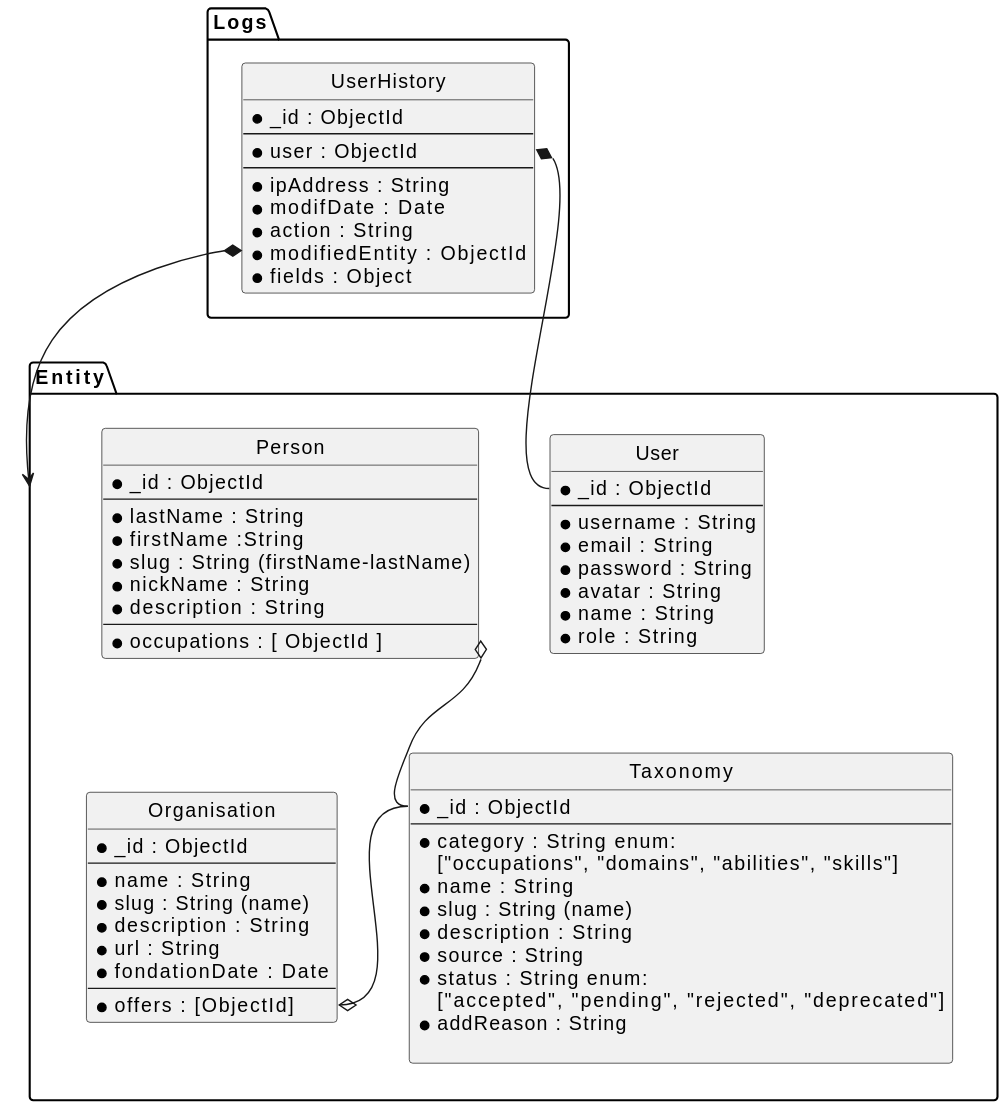
The PlantUML diagram doc/bd-structure.svg in Avantage-Numerique/bdsol-api, before a commit.
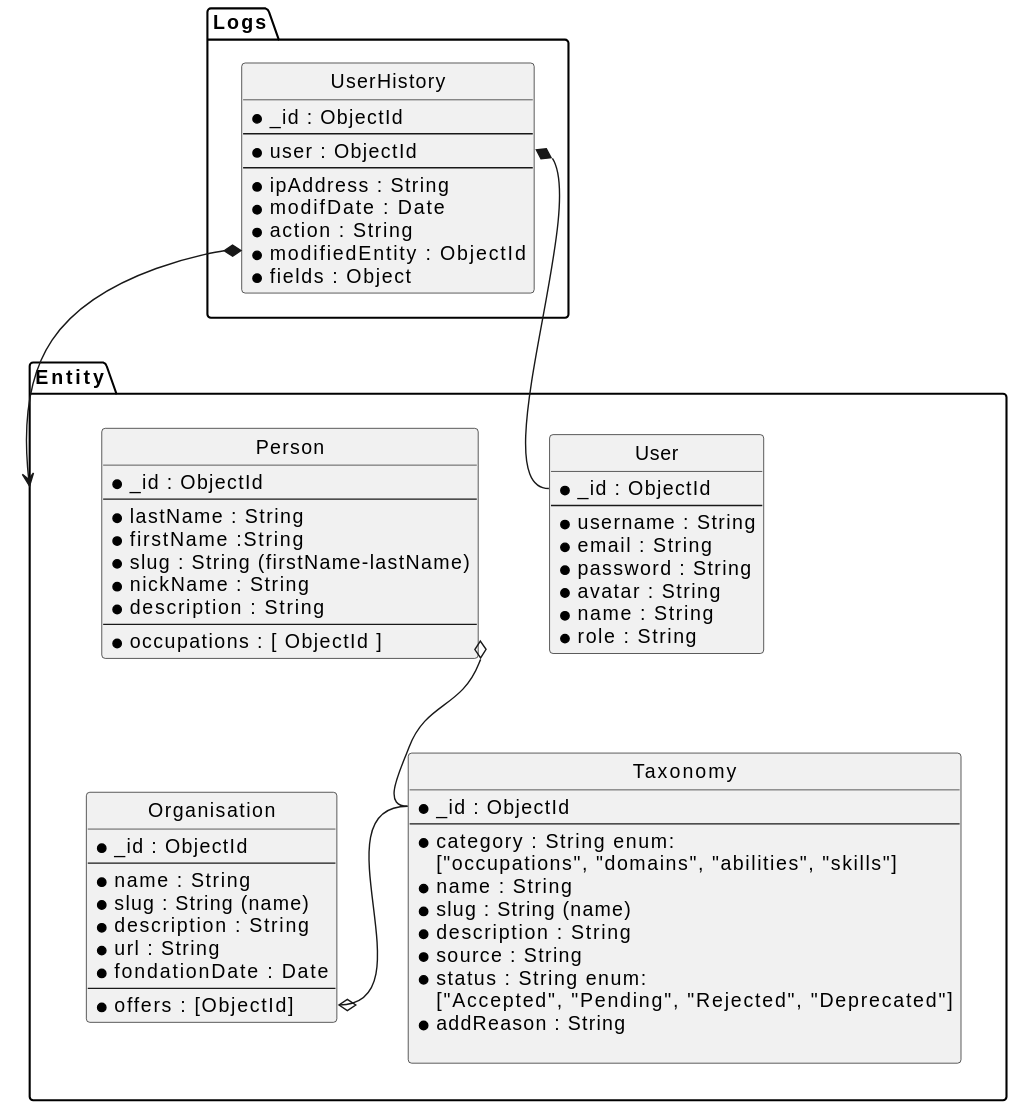
Later version of the same file.

What changed in the source:
```diff
@@ -25,7 +25,7 @@
     *description : String
     *source : String
     *status : String enum:
-      ["accepted", "pending", "rejected", "deprecated"]
+      ["Accepted", "Pending", "Rejected", "Deprecated"]
     *addReason : String
 
   }
```
